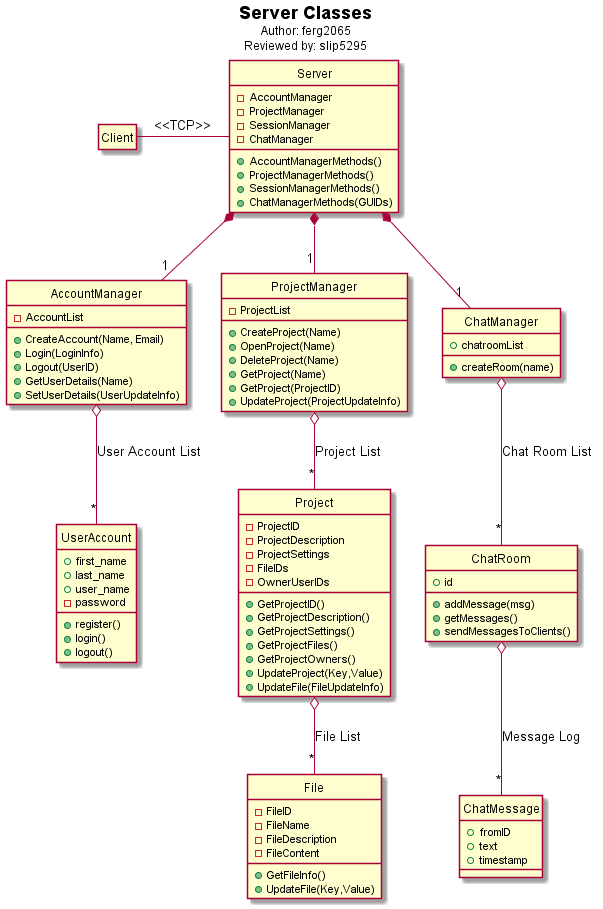
This is hw3/server_detail.png from voxelv/sQuire_kw, a PlantUML export, as it was before one commit.
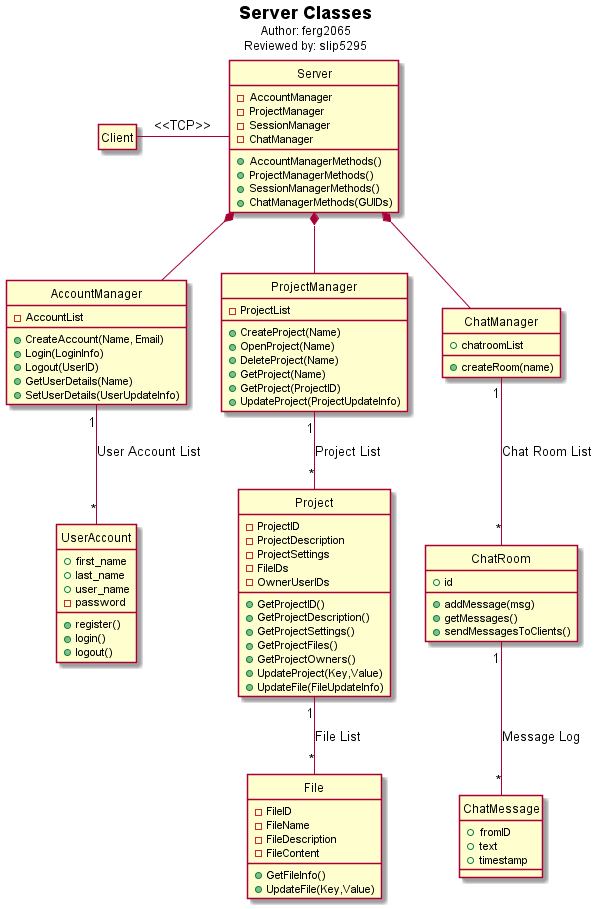
The same diagram one commit later.

Diff of the diagram source:
```diff
@@ -82,14 +82,14 @@
 
 sq -right- sqs : <<TCP>>
 
-	sqs *-- "1" sqs_pr_m
-		sqs_pr_m o-- "*" sqs_pr : Project List
-			sqs_pr o-- "*" sqs_fi : File List
-	sqs *-- "1" sqs_ua_m
-		sqs_ua_m o-- "*" sqs_ua : User Account List
-	sqs *-- "1" sqs_ch_m
-		sqs_ch_m o-- "*" sqs_ch : Chat Room List
-			sqs_ch o-- "*" sqs_ch_mes : Message Log
+	sqs *-- sqs_pr_m
+		sqs_pr_m "1" -- "*" sqs_pr : Project List
+			sqs_pr "1" -- "*" sqs_fi : File List
+	sqs *-- sqs_ua_m
+		sqs_ua_m "1" -- "*" sqs_ua : User Account List
+	sqs *-- sqs_ch_m
+		sqs_ch_m "1" -- "*" sqs_ch : Chat Room List
+			sqs_ch "1" -- "*" sqs_ch_mes : Message Log
 
 
 
```
